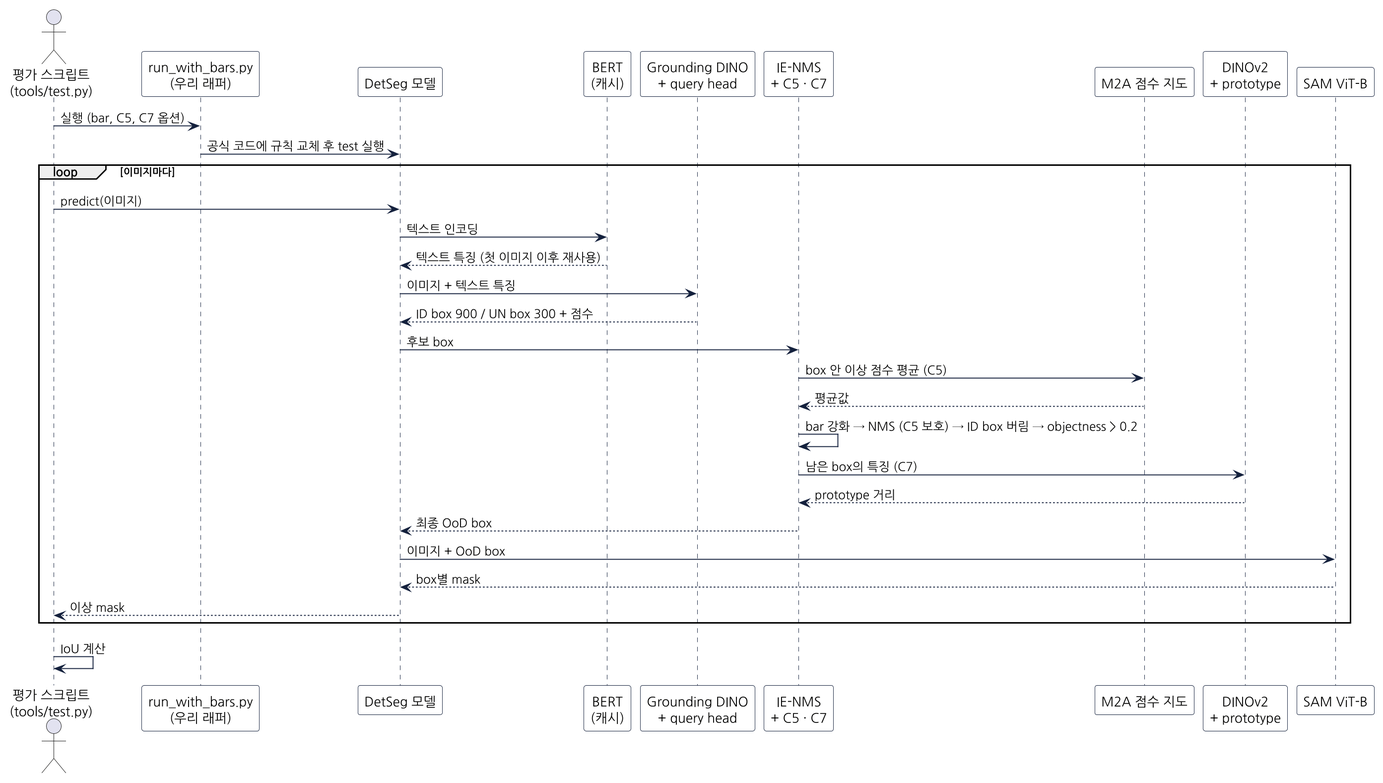
Earlier version of the PlantUML export assets/figures/runtime_sequence.png (xowns0302/autonomous-driving-anomaly-segmentation).
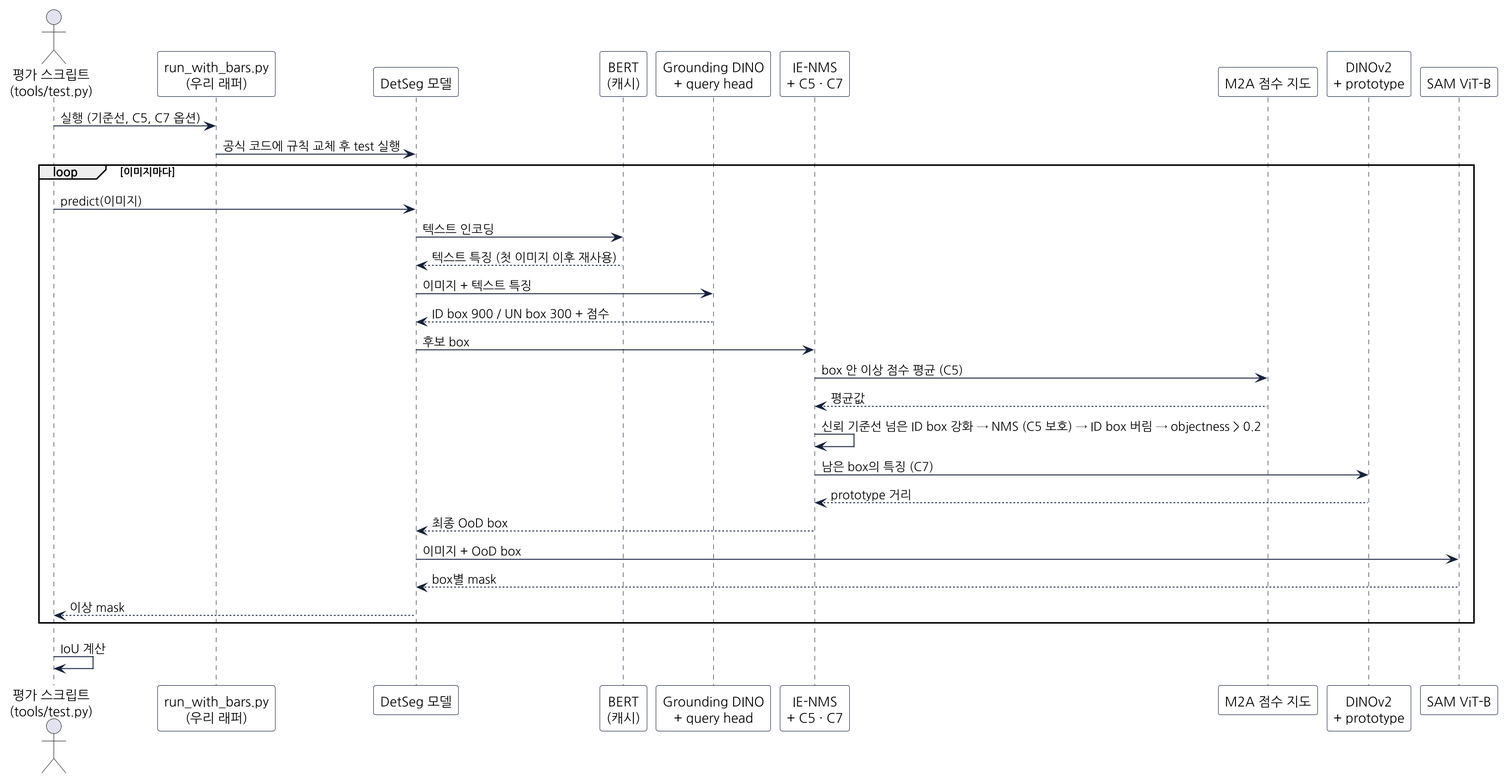
Later version of the same file.

What changed in the source:
```diff
@@ -19,7 +19,7 @@
 participant "DINOv2\n+ prototype" as dino
 participant "SAM ViT-B" as sam
 
-test -> wrap : 실행 (bar, C5, C7 옵션)
+test -> wrap : 실행 (기준선, C5, C7 옵션)
 wrap -> model : 공식 코드에 규칙 교체 후 test 실행
 loop 이미지마다
   test -> model : predict(이미지)
@@ -30,7 +30,7 @@
   model -> nms : 후보 box
   nms -> m2a : box 안 이상 점수 평균 (C5)
   m2a --> nms : 평균값
-  nms -> nms : bar 강화 → NMS (C5 보호) → ID box 버림 → objectness > 0.2
+  nms -> nms : 신뢰 기준선 넘은 ID box 강화 → NMS (C5 보호) → ID box 버림 → objectness > 0.2
   nms -> dino : 남은 box의 특징 (C7)
   dino --> nms : prototype 거리
   nms --> model : 최종 OoD box
```
